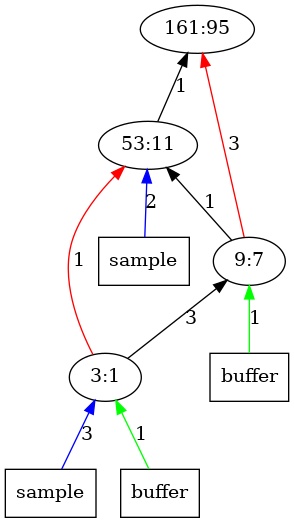
The Graphviz diagram outputImages/op95.png.png in AbhikKhan/MTP_IITG, before a commit. Its source is kept beside it as outputTrees/op95.dot.
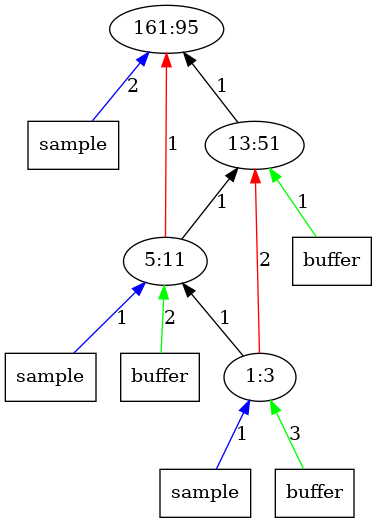
After the change.

Diff of the diagram source:
```diff
@@ -1,20 +1,24 @@
 digraph Tree{
 	rankdir="BT"
+	x11 -> 1 [label = "2", color = "blue"];
+	x11 [label = "sample", shape = "box"];
 	1 [label = "161:95"];
 	2 -> 1 [label = "1", color = "black"];
-	x21 -> 2 [label = "2", color = "blue"];
-	x21 [label = "sample", shape = "box"];
-	2 [label = "53:11"];
-	3 -> 1 [label = "3", color = "red"];
+	x22 -> 2 [label = "1", color = "green"];
+	x22 [label = "buffer", shape = "box"];
+	2 [label = "13:51"];
+	x32 -> 3 [label = "2", color = "green"];
+	x32 [label = "buffer", shape = "box"];
 	3 -> 2 [label = "1", color = "black"];
-	x32 -> 3 [label = "1", color = "green"];
-	x32 [label = "buffer", shape = "box"];
-	3 [label = "9:7"];
-	4 -> 3 [label = "3", color = "black"];
-	4 -> 2 [label = "1", color = "red"];
-	x41 -> 4 [label = "3", color = "blue"];
+	3 -> 1 [label = "1", color = "red"];
+	x31 -> 3 [label = "1", color = "blue"];
+	x31 [label = "sample", shape = "box"];
+	3 [label = "5:11"];
+	4 -> 2 [label = "2", color = "red"];
+	4 -> 3 [label = "1", color = "black"];
+	x41 -> 4 [label = "1", color = "blue"];
 	x41 [label = "sample", shape = "box"];
-	x42 -> 4 [label = "1", color = "green"];
+	x42 -> 4 [label = "3", color = "green"];
 	x42 [label = "buffer", shape = "box"];
-	4 [label = "3:1"];
+	4 [label = "1:3"];
 }
```
